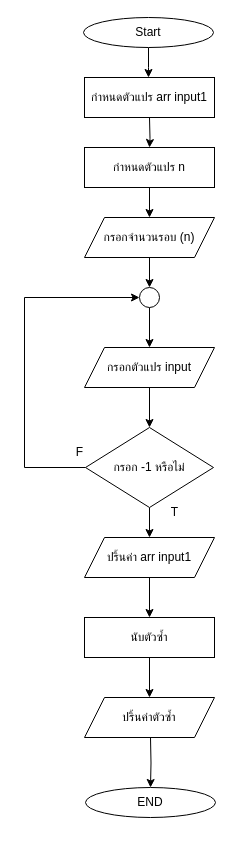
The draw.io diagram HW/HW9/hw09-4/hw09-4.drawio in aphiwat-window/ENGCE117, before the edit. Source tidied: cells renumbered, new cells numbered last; positions are measured from the earlier drawing's top-left corner, leaving out a move shared by most shapes. Both pictures are drawn from the tidied source at 100%, with x=0, y=0 at pixel (24, 17).
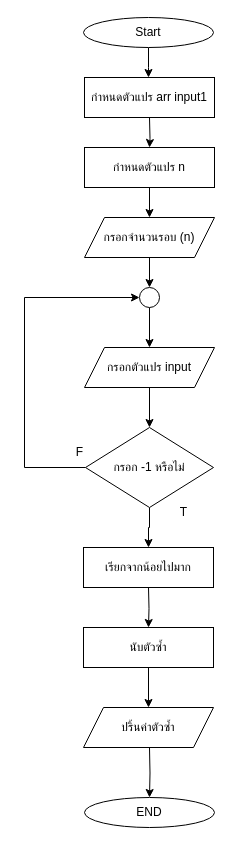
After the change.

Unchanged cells that the change refers to:
```xml
<mxCell id="13" value="กรอก -1 หรือไม่" style="rhombus;whiteSpace=wrap;html=1;" parent="1" vertex="1">
  <mxGeometry x="61" y="410" width="128" height="80" as="geometry" />
</mxCell>
```

Change to the diagram source:
```diff
@@
-    <mxCell id="12" style="edgeStyle=orthogonalEdgeStyle;rounded=0;jettySize=auto;html=1;entryX=0.5;entryY=0;entryDx=0;entryDy=0;" parent="1" edge="1" source="13" target="15">
-      <mxGeometry relative="1" as="geometry" />
-    </mxCell>
+    <mxCell id="26" style="edgeStyle=orthogonalEdgeStyle;rounded=0;jettySize=auto;html=1;" parent="1" edge="1" source="13" target="27">
+      <mxGeometry relative="1" as="geometry" />
+    </mxCell>
@@
-    <mxCell id="14" style="edgeStyle=orthogonalEdgeStyle;rounded=0;jettySize=auto;html=1;" parent="1" edge="1" source="15" target="24">
-      <mxGeometry relative="1" as="geometry" />
+    <mxCell id="14" style="edgeStyle=orthogonalEdgeStyle;rounded=0;jettySize=auto;html=1;" parent="1" edge="1" target="24">
+      <mxGeometry relative="1" as="geometry">
+        <mxPoint x="124" y="570" as="sourcePoint" />
+      </mxGeometry>
     </mxCell>
-    <mxCell id="15" value="ปริ้นค่า arr input1" style="rounded=0;whiteSpace=wrap;html=1;shape=parallelogram;perimeter=parallelogramPerimeter;fixedSize=1;" parent="1" vertex="1">
-      <mxGeometry x="60" y="520" width="130" height="40" as="geometry" />
-    </mxCell>
     <mxCell id="16" style="edgeStyle=orthogonalEdgeStyle;rounded=0;jettySize=auto;html=1;" parent="1" edge="1" target="17">
       <mxGeometry relative="1" as="geometry">
-        <mxPoint x="126" y="720" as="sourcePoint" />
+        <mxPoint x="125" y="730" as="sourcePoint" />
       </mxGeometry>
     </mxCell>
     <mxCell id="17" value="&lt;font face=&quot;Sarabun&quot;&gt;END&lt;/font&gt;" style="ellipse;whiteSpace=wrap;html=1;" parent="1" vertex="1">
-      <mxGeometry x="61" y="770" width="130" height="30" as="geometry" />
+      <mxGeometry x="60" y="780" width="130" height="30" as="geometry" />
     </mxCell>
@@
     <mxCell id="19" value="T" style="text;html=1;align=center;verticalAlign=middle;strokeColor=none;fillColor=none;" parent="1" vertex="1">
-      <mxGeometry x="135" y="480" width="30" height="30" as="geometry" />
+      <mxGeometry x="144" y="480" width="30" height="30" as="geometry" />
     </mxCell>
@@
     <mxCell id="24" value="นับตัวซ้ำ" style="rounded=0;whiteSpace=wrap;html=1;" parent="1" vertex="1">
-      <mxGeometry x="60" y="600" width="130" height="40" as="geometry" />
+      <mxGeometry x="59" y="610" width="130" height="40" as="geometry" />
     </mxCell>
     <mxCell id="25" value="ปริ้นค่าตัวซ้ำ" style="rounded=0;whiteSpace=wrap;html=1;shape=parallelogram;perimeter=parallelogramPerimeter;fixedSize=1;" parent="1" vertex="1">
-      <mxGeometry x="60" y="680" width="130" height="40" as="geometry" />
+      <mxGeometry x="59" y="690" width="130" height="40" as="geometry" />
     </mxCell>
+    <mxCell id="27" value="เรียกจากน้อยไปมาก" style="rounded=0;whiteSpace=wrap;html=1;" parent="1" vertex="1">
+      <mxGeometry x="59" y="530" width="130" height="40" as="geometry" />
+    </mxCell>
```
